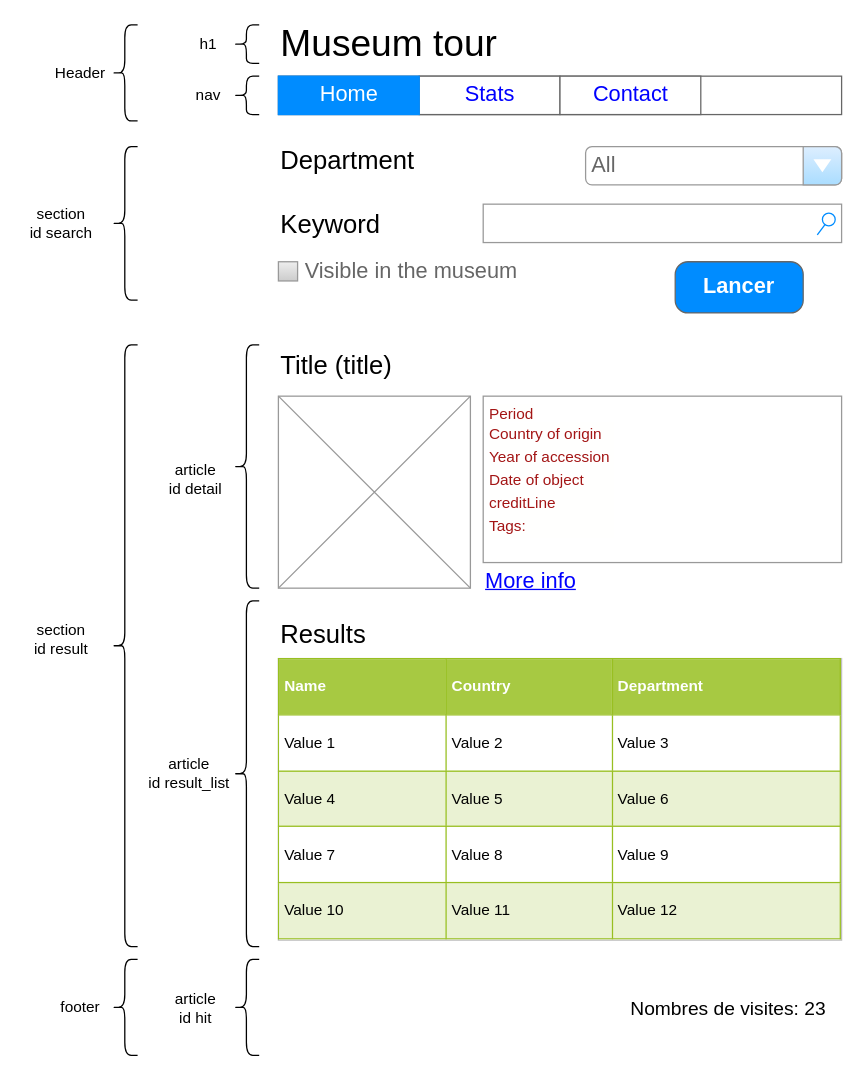
cyanel-it/tp-webdev-front keeps this draw.io diagram as docs/sources/mockup.drawio. Above is the earlier version. Source tidied: cells renumbered, new cells numbered last; positions are measured from the earlier drawing's top-left corner, leaving out a move shared by most shapes. Both pictures are drawn from the tidied source at 128%, with x=0, y=0 at pixel (22, 24).
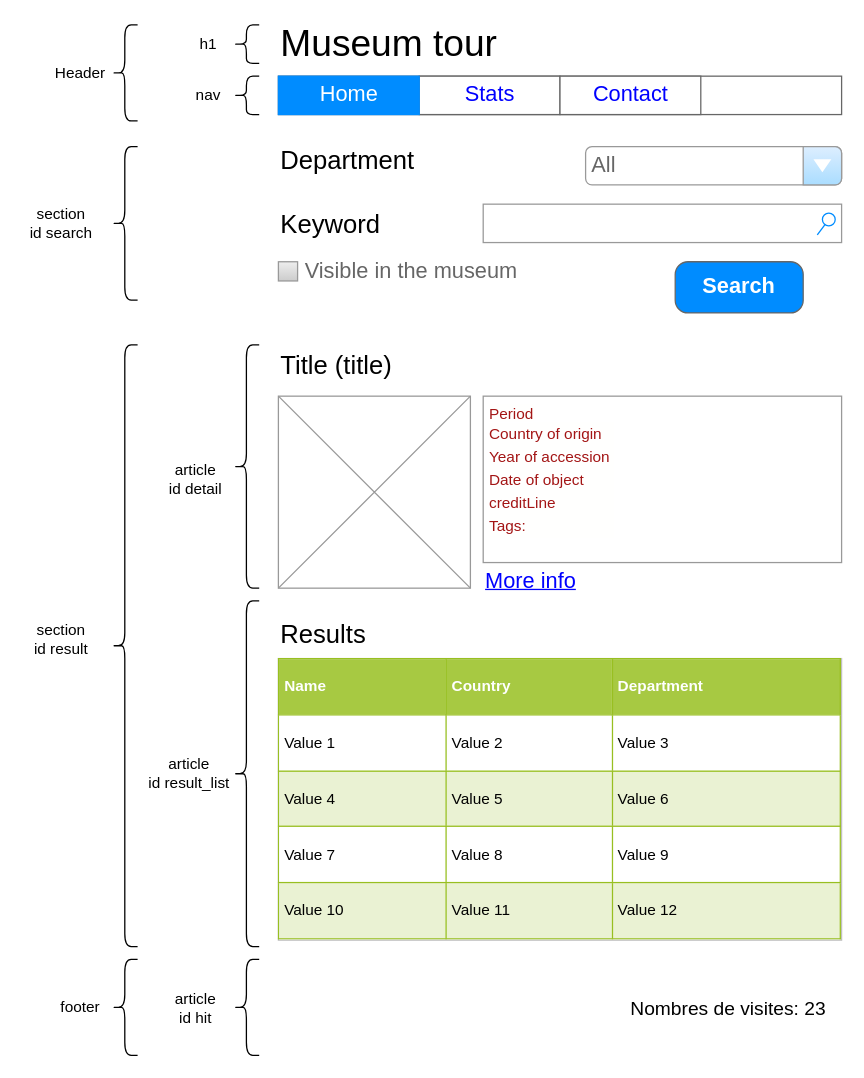
After the change.

Diff of the diagram source:
```diff
@@
-    <mxCell id="26" value="Lancer" style="strokeWidth=1;shadow=0;dashed=0;align=center;html=1;shape=mxgraph.mockup.buttons.button;strokeColor=#666666;fontColor=#ffffff;mainText=;buttonStyle=round;fontSize=17;fontStyle=1;fillColor=#008cff;whiteSpace=wrap;" parent="1" vertex="1">
+    <mxCell id="26" value="Search" style="strokeWidth=1;shadow=0;dashed=0;align=center;html=1;shape=mxgraph.mockup.buttons.button;strokeColor=#666666;fontColor=#ffffff;mainText=;buttonStyle=round;fontSize=17;fontStyle=1;fillColor=#008cff;whiteSpace=wrap;" parent="1" vertex="1">
       <mxGeometry x="510" y="185" width="100" height="40" as="geometry" />
     </mxCell>
```
